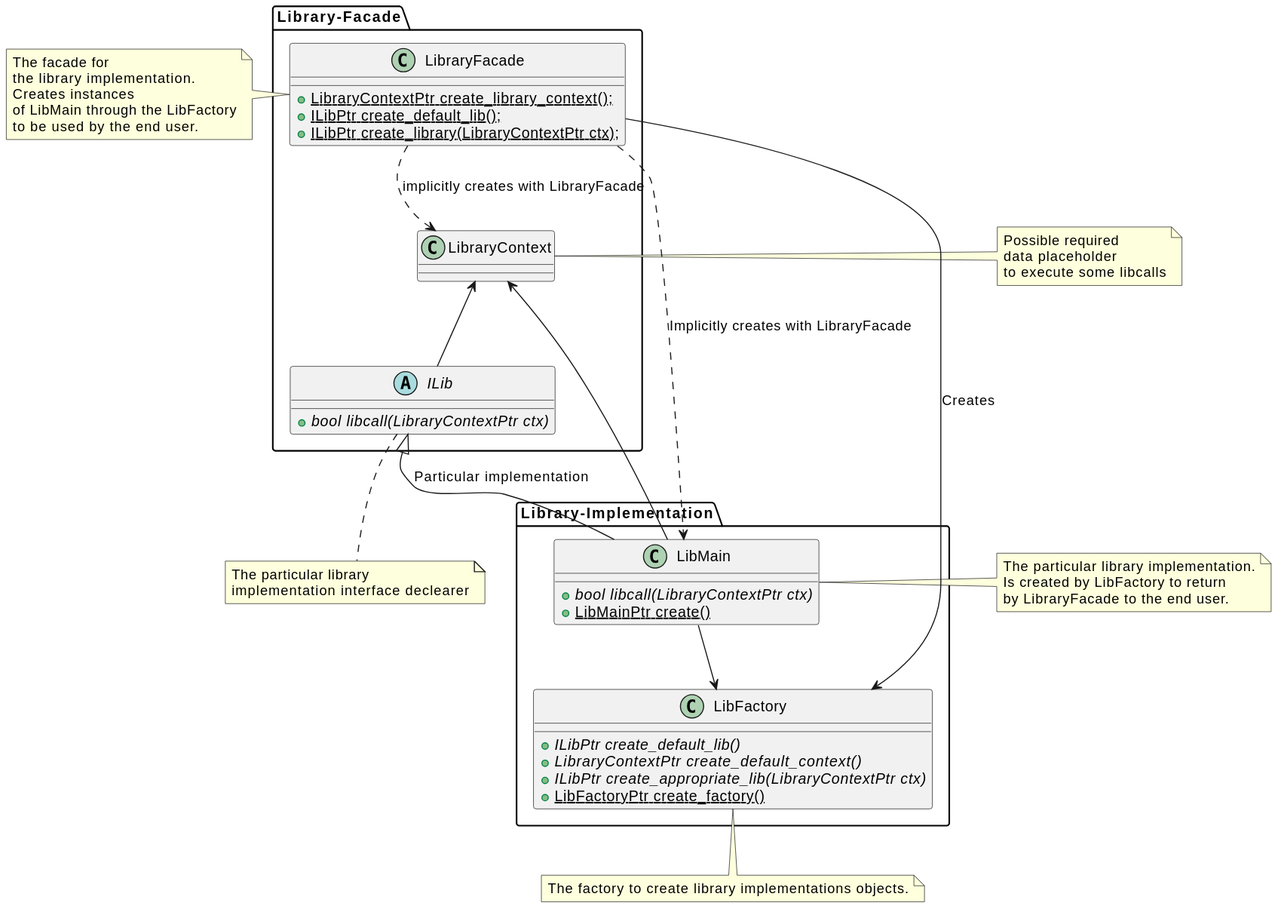
Before: doc/diagrams/images/lib-class-structure.svg, a diagram exported from PlantUML (yuriysydor1991/ImagesAnnotator-DataDrivers). Its source is kept beside it as doc/diagrams/plantuml/lib-class-structure.puml. Its diagram source:
```plantuml
@startuml

package Library-Facade {
  abstract class ILib {
    +{abstract} bool libcall(LibraryContextPtr ctx)
  }

  class LibraryContext {
  }

  class LibraryFacade {
    +{static} LibraryContextPtr create_library_context();
    +{static} ILibPtr create_default_lib();
    +{static} ILibPtr create_library(LibraryContextPtr ctx);
  }
}

package Library-Implementation {
  class LibMain {
    +{abstract} bool libcall(LibraryContextPtr ctx)
    +{static} LibMainPtr create()
  }

  class LibFactory {
    +{abstract} ILibPtr create_default_lib()
    +{abstract} LibraryContextPtr create_default_context()
    +{abstract} ILibPtr create_appropriate_lib(LibraryContextPtr ctx)
    +{static} LibFactoryPtr create_factory()
  }
}

note Left of LibraryFacade : The facade for\nthe library implementation.\nCreates instances\nof LibMain through the LibFactory

note Left of LibraryContext : Possible required\ndata placeholder\nto execute some libcalls
note Bottom of ILib: The particular library\nimplementation interface declearer

note Right of LibMain : The particular library implementation.\nIs created by LibFactory to return\nby LibraryFacade to the end user.
note Bottom of LibFactory: The factory to create library implementations objects.

ILib <|-- LibMain : Particular implementation

LibraryContext <-- ILib
LibraryContext <-- LibMain

LibraryFacade ..> LibraryContext : implicitly creates with LibraryFacade
LibraryFacade ..> LibMain : Implicitly creates with LibraryFacade
LibraryFacade --> LibFactory : Creates

LibMain --> LibFactory

@enduml
```
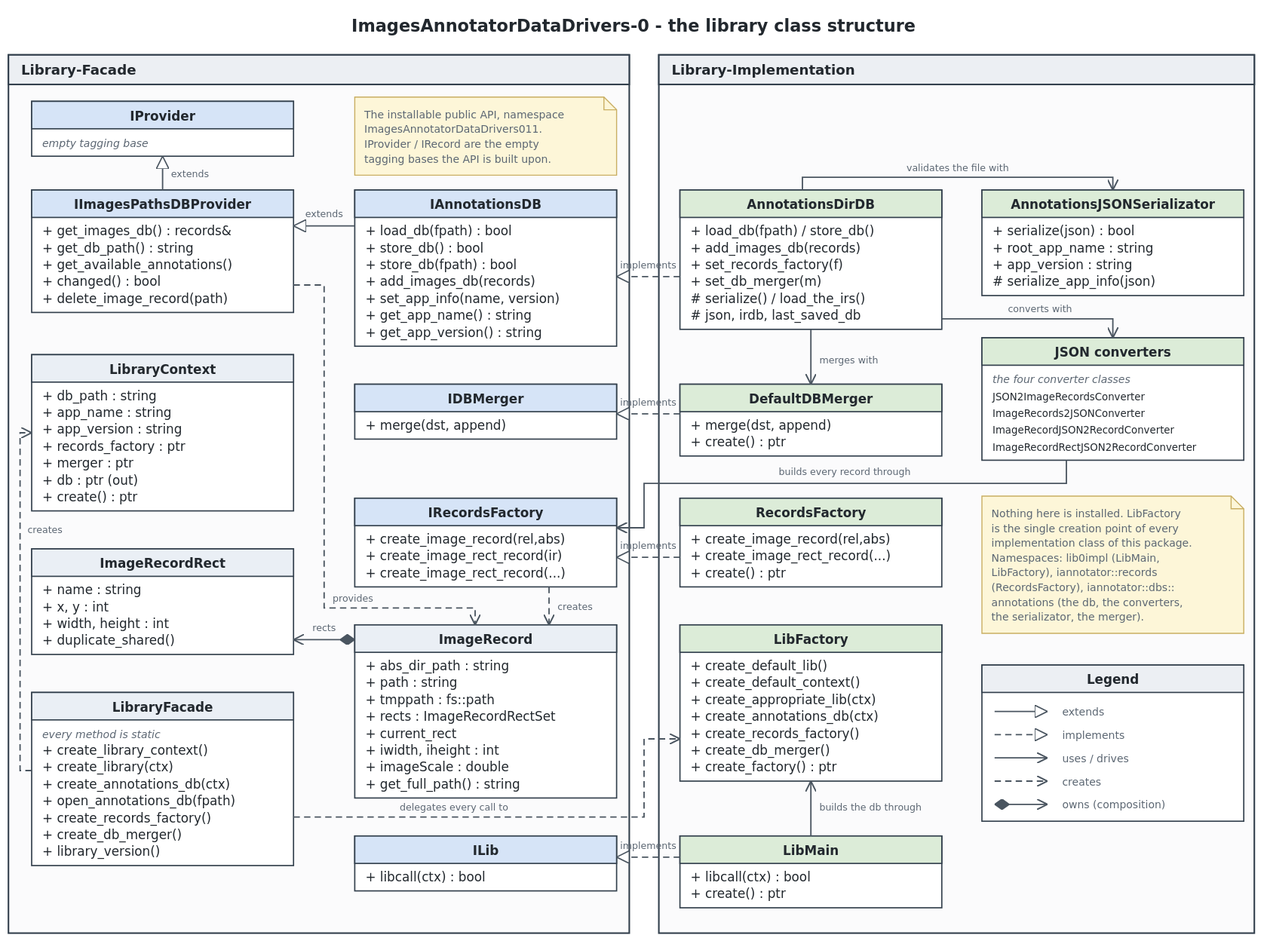
After the change.

Change to the diagram source:
```diff
@@ -1,51 +1,208 @@
 @startuml
 
 package Library-Facade {
+
+  abstract class IProvider {
+  }
+
+  abstract class IImagesPathsDBProvider {
+    +{abstract} ImageRecordsSet& get_images_db()
+    +{abstract} std::string get_db_path()
+    +{abstract} AnnotationsList get_available_annotations()
+    +{abstract} bool changed()
+    +{abstract} bool delete_image_record(const std::string& irFullPath)
+  }
+
+  abstract class IAnnotationsDB {
+    +{abstract} bool load_db(const std::string& fpath)
+    +{abstract} bool store_db()
+    +{abstract} bool store_db(const std::string& fpath)
+    +{abstract} void add_images_db(const ImageRecordsSet& andb)
+    +{abstract} void set_app_info(const std::string& name, const std::string& version)
+    +{abstract} std::string get_app_name()
+    +{abstract} std::string get_app_version()
+  }
+
+  abstract class IRecordsFactory {
+    +{abstract} ImageRecordPtr create_image_record(nirpath, nabsPath)
+    +{abstract} ImageRecordRectPtr create_image_rect_record(ir)
+    +{abstract} ImageRecordRectPtr create_image_rect_record(nname, nx, ny, nwidth, nheight)
+  }
+
+  abstract class IDBMerger {
+    +{abstract} void merge(ImageRecordsSet& dst, const ImageRecordsSet& append)
+  }
+
   abstract class ILib {
     +{abstract} bool libcall(LibraryContextPtr ctx)
   }
 
   class LibraryContext {
+    +std::string db_path
+    +std::string app_name
+    +std::string app_version
+    +IRecordsFactoryPtr records_factory
+    +IDBMergerPtr merger
+    +IAnnotationsDBPtr db
+    +{static} LibraryContextPtr create()
+  }
+
+  class ImageRecord {
+    +std::string abs_dir_path
+    +std::string path
+    +std::filesystem::path tmppath
+    +ImageRecordRectSet rects
+    +ImageRecordRectPtr current_rect
+    +int iwidth
+    +int iheight
+    +double imageScale
+    +std::string get_full_path()
+    +ImageRecordPtr duplicate_shared()
+  }
+
+  class ImageRecordRect {
+    +std::string name
+    +int x
+    +int y
+    +int width
+    +int height
+    +ImageRecordRectPtr duplicate_shared()
   }
 
   class LibraryFacade {
-    +{static} LibraryContextPtr create_library_context();
-    +{static} ILibPtr create_default_lib();
-    +{static} ILibPtr create_library(LibraryContextPtr ctx);
+    +{static} LibraryContextPtr create_library_context()
+    +{static} ILibPtr create_default_lib()
+    +{static} ILibPtr create_library(LibraryContextPtr ctx)
+    +{static} IAnnotationsDBPtr create_annotations_db()
+    +{static} IAnnotationsDBPtr create_annotations_db(LibraryContextPtr ctx)
+    +{static} IAnnotationsDBPtr open_annotations_db(const std::string& fpath)
+    +{static} IRecordsFactoryPtr create_records_factory()
+    +{static} IDBMergerPtr create_db_merger()
+    +{static} std::string library_version()
+    +{static} std::string default_db_root_app_name()
+    +{static} std::string default_db_app_version()
   }
 }
 
 package Library-Implementation {
-  class LibMain {
-    +{abstract} bool libcall(LibraryContextPtr ctx)
+
+  class LibMain <<lib0impl>> {
+    +bool libcall(LibraryContextPtr ctx)
     +{static} LibMainPtr create()
   }
 
-  class LibFactory {
-    +{abstract} ILibPtr create_default_lib()
-    +{abstract} LibraryContextPtr create_default_context()
-    +{abstract} ILibPtr create_appropriate_lib(LibraryContextPtr ctx)
+  class LibFactory <<lib0impl>> {
+    +ILibPtr create_default_lib()
+    +LibraryContextPtr create_default_context()
+    +ILibPtr create_appropriate_lib(LibraryContextPtr ctx)
+    +IAnnotationsDBPtr create_annotations_db()
+    +IAnnotationsDBPtr create_annotations_db(LibraryContextPtr ctx)
+    +IRecordsFactoryPtr create_records_factory()
+    +IDBMergerPtr create_db_merger()
     +{static} LibFactoryPtr create_factory()
+  }
+
+  class AnnotationsDirDB <<iannotator::dbs::annotations>> {
+    +bool load_db(const std::string& fpath)
+    +bool store_db()
+    +bool store_db(const std::string& fpath)
+    +void add_images_db(const ImageRecordsSet& andb)
+    +void set_records_factory(IRecordsFactoryPtr factory)
+    +void set_db_merger(IDBMergerPtr merger)
+    +{static} AnnotationsDirDBPtr create()
+    ..
+    #bool serialize()
+    #ImageRecordsSet load_the_irs()
+    #nlohmann::json json
+    #ImageRecordsSet irdb
+    #ImageRecordsSet last_saved_db
+    #std::string current_db_path
+  }
+
+  class AnnotationsJSONSerializator <<iannotator::dbs::annotations>> {
+    +bool serialize(const nlohmann::json& json)
+    +std::string root_app_name
+    +std::string app_version
+    +{static} default_root_app_name
+    +{static} default_app_version
+    ..
+    #bool serialize_app_info(const nlohmann::json& json)
+    #bool serialize_annotations_records(const nlohmann::json& json)
+  }
+
+  class Converters <<the four JSON converters>> {
+    JSON2ImageRecordsConverter
+    ImageRecords2JSONConverter
+    ImageRecordJSON2RecordConverter
+    ImageRecordRectJSON2RecordConverter
+    ..
+    +ImageRecordsSet fetch_records(const nlohmann::json& allAJSon)
+    +bool store(const ImageRecordsSet& irs, const std::string& filepath)
+    +ImageRecordPtr convert(const nlohmann::json& fan, const std::string& absdirpath)
+    +ImageRecordRectPtr convert(const nlohmann::json& rect)
+  }
+
+  class RecordsFactory <<iannotator::records>> {
+    +ImageRecordPtr create_image_record(nirpath, nabsPath)
+    +ImageRecordRectPtr create_image_rect_record(ir)
+    +ImageRecordRectPtr create_image_rect_record(nname, nx, ny, nwidth, nheight)
+    +{static} RecordsFactoryPtr create()
+  }
+
+  class DefaultDBMerger <<iannotator::dbs::annotations::merger>> {
+    +void merge(ImageRecordsSet& dst, const ImageRecordsSet& append)
+    +{static} DefaultDBMergerPtr create()
   }
 }
 
-note Left of LibraryFacade : The facade for\nthe library implementation.\nCreates instances\nof LibMain through the LibFactory
+note Left of LibraryFacade : The facade of the library implementation.\nThe single entry point of a consuming project:\nevery method is static and hands back\nan abstract interface only.
 
-note Left of LibraryContext : Possible required\ndata placeholder\nto execute some libcalls
-note Bottom of ILib: The particular library\nimplementation interface declearer
+note Left of LibraryContext : The data placeholder passed in and out\nof ILib::libcall. Holds the db path, the\napplication identity and the optional custom\nrecords factory and merger. Filled with the\nANNOTATIONS_DB_ROOT_APP_NAME and the\nANNOTATIONS_DB_APP_VERSION defaults.
+
+note Bottom of ILib : The particular library implementation interface declearer.
+
+note Right of IProvider : IProvider and IRecord are the empty tagging\nbases every provider and every data record\nof the public API is built upon.
 
 note Right of LibMain : The particular library implementation.\nIs created by LibFactory to return\nby LibraryFacade to the end user.
-note Bottom of LibFactory: The factory to create library implementations objects.
+
+note Bottom of LibFactory : The factory to create library implementations objects.\nEvery class of this package is instantiated through it.
+
+note Right of AnnotationsDirDB : The annotations project database itself:\nreads and writes a single project JSON file\nand keeps the in memory records set.
+
+note Bottom of DefaultDBMerger : Appends the not yet present records only.\nThe paths are resolved through\nhelpers::ImageRecordUrlAndPathHelper, which\nasks curli::CURLController about the web URLs.
+
+IProvider <|-- IImagesPathsDBProvider : extends
+IImagesPathsDBProvider <|-- IAnnotationsDB : extends
+
+ImageRecord *-- ImageRecordRect : rects
+IImagesPathsDBProvider ..> ImageRecord : provides the records set of
+IRecordsFactory ..> ImageRecord : creates
+IRecordsFactory ..> ImageRecordRect : creates
+
+LibraryContext o-- IRecordsFactory : in
+LibraryContext o-- IDBMerger : in
+LibraryContext o-- IAnnotationsDB : out
+ILib ..> LibraryContext : takes and fills
+
+LibraryFacade ..> LibraryContext : creates
+LibraryFacade --> LibFactory : delegates every call to
 
 ILib <|-- LibMain : Particular implementation
+IAnnotationsDB <|-- AnnotationsDirDB : implements
+IRecordsFactory <|-- RecordsFactory : implements
+IDBMerger <|-- DefaultDBMerger : implements
 
-LibraryContext <-- ILib
-LibraryContext <-- LibMain
+LibMain --> LibFactory : builds the database through
+LibFactory ..> LibMain : creates
+LibFactory ..> AnnotationsDirDB : creates
+LibFactory ..> RecordsFactory : creates
+LibFactory ..> DefaultDBMerger : creates
 
-LibraryFacade ..> LibraryContext : implicitly creates with LibraryFacade
-LibraryFacade ..> LibMain : Implicitly creates with LibraryFacade
-LibraryFacade --> LibFactory : Creates
+AnnotationsDirDB --> AnnotationsJSONSerializator : validates the file with
+AnnotationsDirDB --> Converters : converts the JSON with
+AnnotationsDirDB --> IDBMerger : add_images_db merges with
+AnnotationsDirDB ..> DefaultDBMerger : the default merger
 
-LibMain --> LibFactory
+Converters --> IRecordsFactory : builds every record through
 
 @enduml
```
